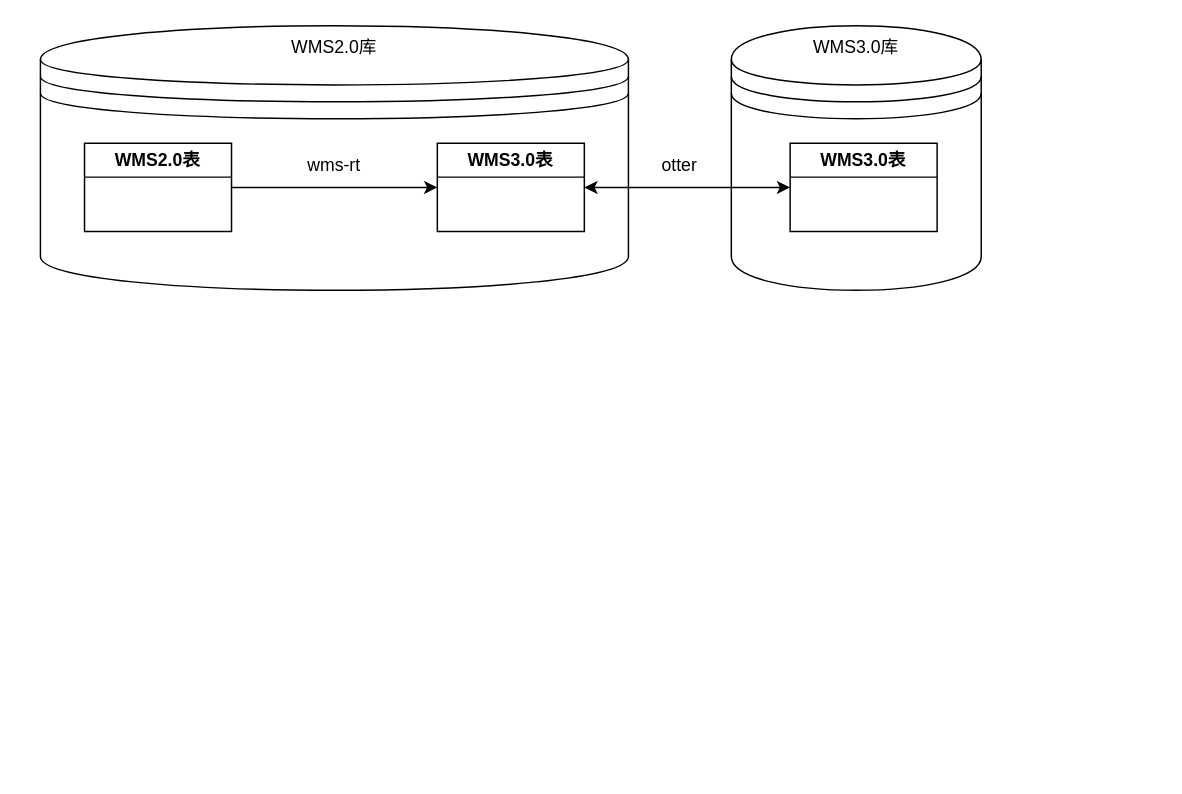
Before: diagrams/未命名绘图.drawio in libo9527/static, a draw.io diagram. Source tidied: cells renumbered, new cells numbered last; positions are measured from the earlier drawing's top-left corner, leaving out a move shared by most shapes. Both pictures are drawn from the tidied source at 147%, with x=0, y=0 at pixel (40, 25).
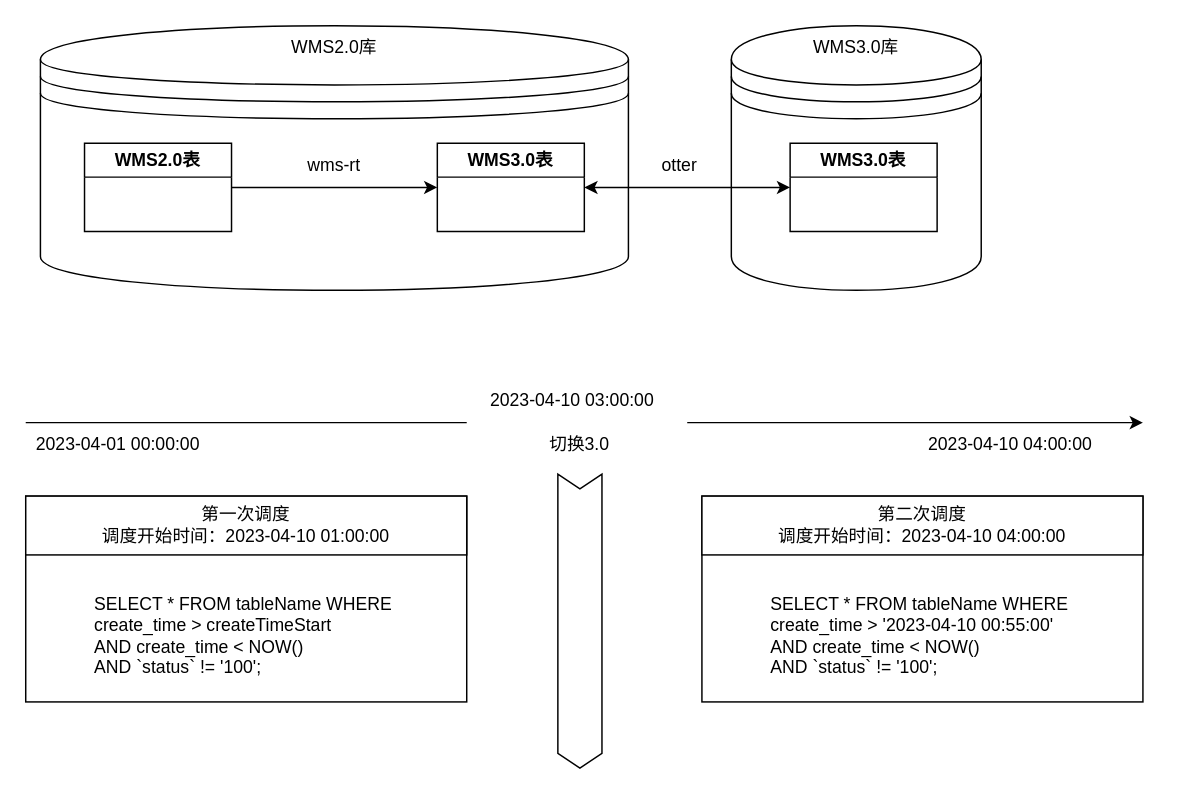
After the change.

Commit message:
更新未命名绘图.drawio

What changed in the source:
```diff
@@
+    <mxCell id="13" style="rounded=0;whiteSpace=wrap;html=1;" parent="1" vertex="1">
+      <mxGeometry x="-10" y="320" width="300" height="140" as="geometry" />
+    </mxCell>
+    <mxCell id="14" style="html=1;shadow=0;dashed=0;align=center;verticalAlign=middle;shape=mxgraph.arrows2.arrow;dy=0;dx=10;notch=10;rotation=90;" parent="1" vertex="1">
+      <mxGeometry x="267" y="390" width="200" height="30" as="geometry" />
+    </mxCell>
+    <mxCell id="15" value="切换3.0" style="text;html=1;strokeColor=none;fillColor=none;align=center;verticalAlign=middle;whiteSpace=wrap;rounded=0;" parent="1" vertex="1">
+      <mxGeometry x="337" y="270" width="60" height="30" as="geometry" />
+    </mxCell>
+    <mxCell id="16" value="&lt;div&gt;SELECT * FROM tableName WHERE&lt;/div&gt;&lt;div&gt;create_time &amp;gt; createTimeStart&lt;/div&gt;&lt;div&gt;AND create_time &amp;lt; NOW()&amp;nbsp;&lt;/div&gt;&lt;div style=&quot;&quot;&gt;AND `status` != '100';&lt;/div&gt;" style="text;html=1;strokeColor=none;fillColor=none;align=left;verticalAlign=middle;whiteSpace=wrap;rounded=0;" parent="1" vertex="1">
+      <mxGeometry x="35" y="380" width="210" height="70" as="geometry" />
+    </mxCell>
+    <mxCell id="17" value="第一次调度&lt;br&gt;调度开始时间：2023-04-10 01:00:00" style="rounded=0;whiteSpace=wrap;html=1;" parent="1" vertex="1">
+      <mxGeometry x="-10" y="320" width="300" height="40" as="geometry" />
+    </mxCell>
+    <mxCell id="18" style="endArrow=none;html=1;rounded=0;exitX=0;exitY=0;exitDx=0;exitDy=0;" parent="1" edge="1" source="19">
+      <mxGeometry relative="1" as="geometry">
+        <mxPoint x="290" y="270" as="targetPoint" />
+      </mxGeometry>
+    </mxCell>
+    <mxCell id="19" value="2023-04-01 00:00:00" style="text;html=1;strokeColor=none;fillColor=none;align=center;verticalAlign=middle;whiteSpace=wrap;rounded=0;" parent="1" vertex="1">
+      <mxGeometry x="-10" y="270" width="126" height="30" as="geometry" />
+    </mxCell>
+    <mxCell id="20" value="2023-04-10 03:00:00" style="text;html=1;strokeColor=none;fillColor=none;align=center;verticalAlign=middle;whiteSpace=wrap;rounded=0;" parent="1" vertex="1">
+      <mxGeometry x="302" y="240" width="120" height="30" as="geometry" />
+    </mxCell>
+    <mxCell id="21" style="endArrow=classic;html=1;rounded=0;" parent="1" edge="1">
+      <mxGeometry relative="1" as="geometry">
+        <mxPoint x="440" y="270" as="sourcePoint" />
+        <mxPoint x="750" y="270" as="targetPoint" />
+      </mxGeometry>
+    </mxCell>
+    <mxCell id="22" value="2023-04-10 04:00:00" style="text;html=1;strokeColor=none;fillColor=none;align=center;verticalAlign=middle;whiteSpace=wrap;rounded=0;" parent="1" vertex="1">
+      <mxGeometry x="600" y="270" width="120" height="30" as="geometry" />
+    </mxCell>
+    <mxCell id="23" style="rounded=0;whiteSpace=wrap;html=1;" parent="1" vertex="1">
+      <mxGeometry x="450" y="320" width="300" height="140" as="geometry" />
+    </mxCell>
+    <mxCell id="24" value="&lt;div&gt;SELECT * FROM tableName WHERE&lt;/div&gt;&lt;div&gt;create_time &amp;gt; '2023-04-10 00:55:00'&amp;nbsp;&lt;/div&gt;&lt;div&gt;AND create_time &amp;lt; NOW()&amp;nbsp;&lt;/div&gt;&lt;div&gt;AND `status` != '100';&lt;/div&gt;" style="text;html=1;strokeColor=none;fillColor=none;align=left;verticalAlign=middle;whiteSpace=wrap;rounded=0;" parent="1" vertex="1">
+      <mxGeometry x="495" y="380" width="210" height="70" as="geometry" />
+    </mxCell>
+    <mxCell id="25" value="第二次调度&lt;br style=&quot;border-color: var(--border-color);&quot;&gt;调度开始时间：2023-04-10 04:00:00" style="rounded=0;whiteSpace=wrap;html=1;" parent="1" vertex="1">
+      <mxGeometry x="450" y="320" width="300" height="40" as="geometry" />
+    </mxCell>
```
